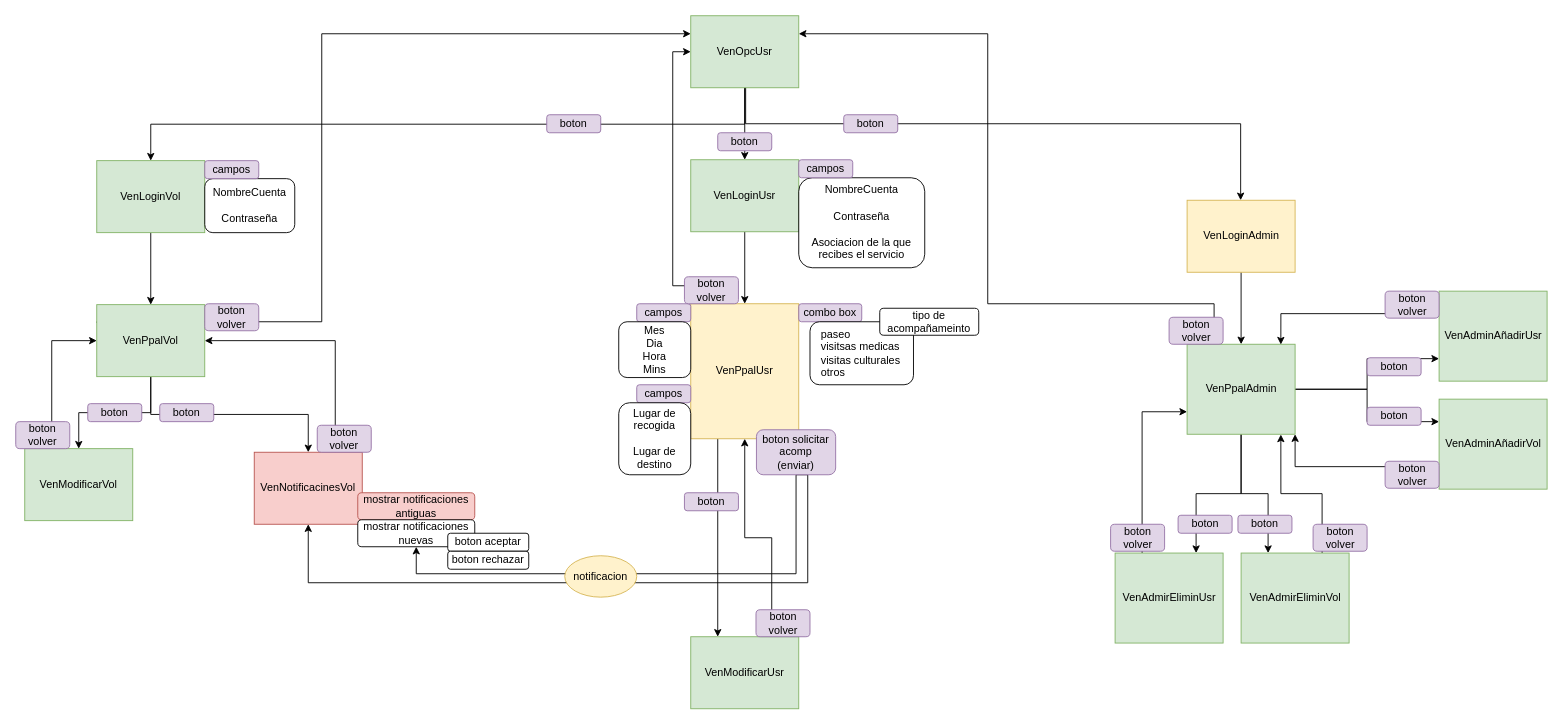
Above: Ventanas.drawio in Millan214/Volunteering-Services (draw.io), before the change. Source tidied: cells renumbered, new cells numbered last; positions are measured from the earlier drawing's top-left corner, leaving out a move shared by most shapes. Both pictures are drawn from the tidied source at 90%, with x=0, y=0 at pixel (15, 15).
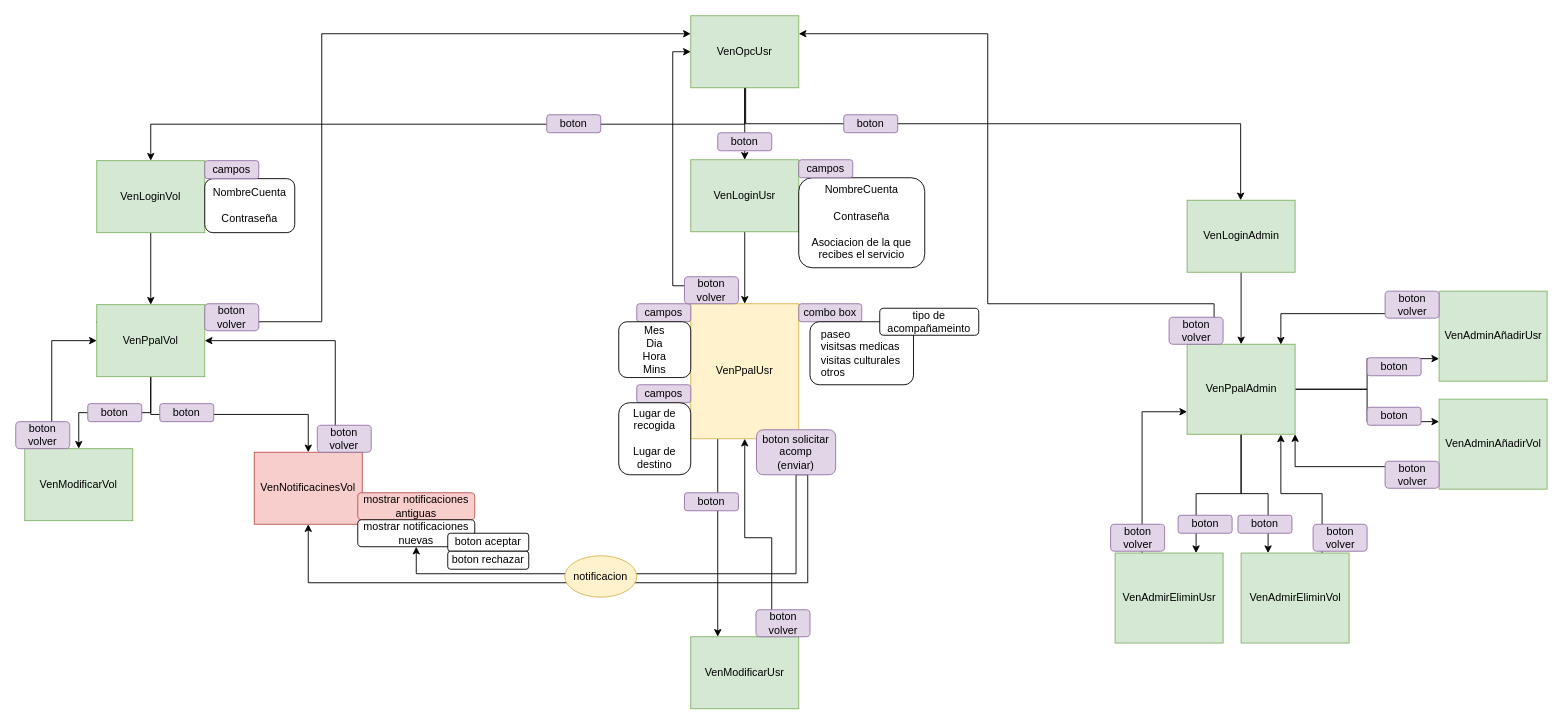
Above is the later version.

What changed in the source:
```diff
@@
-    <mxCell id="7" value="VenLoginAdmin" style="rounded=0;whiteSpace=wrap;html=1;fillColor=#fff2cc;strokeColor=#d6b656;" parent="1" vertex="1">
+    <mxCell id="7" value="VenLoginAdmin" style="rounded=0;whiteSpace=wrap;html=1;fillColor=#d5e8d4;strokeColor=#82b366;" parent="1" vertex="1">
       <mxGeometry x="1301.5" y="205" width="120" height="80" as="geometry" />
     </mxCell>
```
